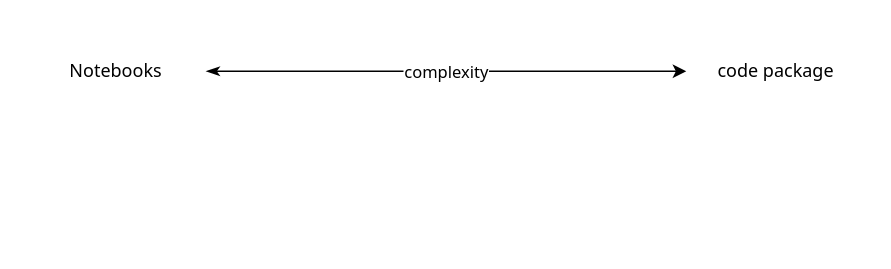
The draw.io diagram page "Page-8" (8 of 8) of databricks.drawio in kanchantewary/MindMaps, before the edit. Source tidied: cells renumbered, new cells numbered last; positions are measured from the earlier drawing's top-left corner, leaving out a move shared by most shapes. Both pictures are drawn from the tidied source at 150%, with x=0, y=0 at pixel (26, 26).
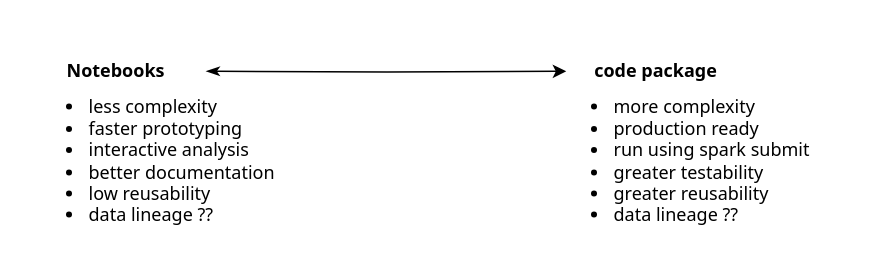
Above is the later version.

What changed in the source:
```diff
@@
 <mxGraphModel>
   <root>
     <mxCell id="0" />
     <mxCell id="1" parent="0" />
-    <mxCell id="2" value="complexity" style="edgeStyle=orthogonalEdgeStyle;rounded=0;orthogonalLoop=1;jettySize=auto;html=1;startArrow=classicThin;startFill=1;fontFamily=Tahoma;" parent="1" edge="1">
-      <mxGeometry relative="1" as="geometry">
+    <mxCell id="2" style="edgeStyle=orthogonalEdgeStyle;rounded=0;jettySize=auto;html=1;startArrow=classicThin;startFill=1;fontFamily=Tahoma;" parent="1" edge="1" target="4">
+      <mxGeometry x="0.5" relative="1" as="geometry">
         <mxPoint x="120" y="30" as="sourcePoint" />
-        <mxPoint x="440" y="30" as="targetPoint" />
-        <Array as="points">
-          <mxPoint x="260" y="30" />
-          <mxPoint x="260" y="30" />
-        </Array>
       </mxGeometry>
     </mxCell>
-    <mxCell id="3" value="Notebooks" style="rounded=0;whiteSpace=wrap;html=1;strokeColor=none;fillColor=none;fontFamily=Tahoma;" parent="1" vertex="1">
+    <mxCell id="3" value="Notebooks" style="rounded=0;whiteSpace=wrap;html=1;strokeColor=none;fillColor=none;fontFamily=Tahoma;fontStyle=1;" parent="1" vertex="1">
       <mxGeometry width="120" height="60" as="geometry" />
     </mxCell>
-    <mxCell id="4" value="code package" style="rounded=0;whiteSpace=wrap;html=1;strokeColor=none;fillColor=none;fontFamily=Tahoma;" parent="1" vertex="1">
-      <mxGeometry x="440" width="120" height="60" as="geometry" />
+    <mxCell id="4" value="code package" style="rounded=0;whiteSpace=wrap;html=1;strokeColor=none;fillColor=none;fontFamily=Tahoma;fontStyle=1;" parent="1" vertex="1">
+      <mxGeometry x="360" width="120" height="60" as="geometry" />
     </mxCell>
+    <mxCell id="5" value="&lt;ul&gt;&lt;li&gt;less complexity&lt;/li&gt;&lt;li&gt;faster prototyping&lt;/li&gt;&lt;li&gt;interactive analysis&lt;/li&gt;&lt;li&gt;better documentation&lt;/li&gt;&lt;li&gt;low reusability&lt;/li&gt;&lt;li&gt;data lineage ??&lt;/li&gt;&lt;/ul&gt;" style="text;html=1;strokeColor=none;fillColor=none;align=left;verticalAlign=middle;whiteSpace=wrap;rounded=0;fontFamily=Tahoma;" parent="1" vertex="1">
+      <mxGeometry y="50" width="200" height="80" as="geometry" />
+    </mxCell>
+    <mxCell id="6" value="&lt;ul&gt;&lt;li&gt;more complexity&lt;/li&gt;&lt;li&gt;production ready&lt;/li&gt;&lt;li&gt;run using spark submit&lt;/li&gt;&lt;li&gt;greater testability&lt;/li&gt;&lt;li&gt;greater reusability&lt;/li&gt;&lt;li&gt;data lineage ??&lt;/li&gt;&lt;/ul&gt;" style="text;html=1;strokeColor=none;fillColor=none;align=left;verticalAlign=middle;whiteSpace=wrap;rounded=0;fontFamily=Tahoma;" parent="1" vertex="1">
+      <mxGeometry x="350" y="50" width="200" height="80" as="geometry" />
+    </mxCell>
   </root>
 </mxGraphModel>
```
